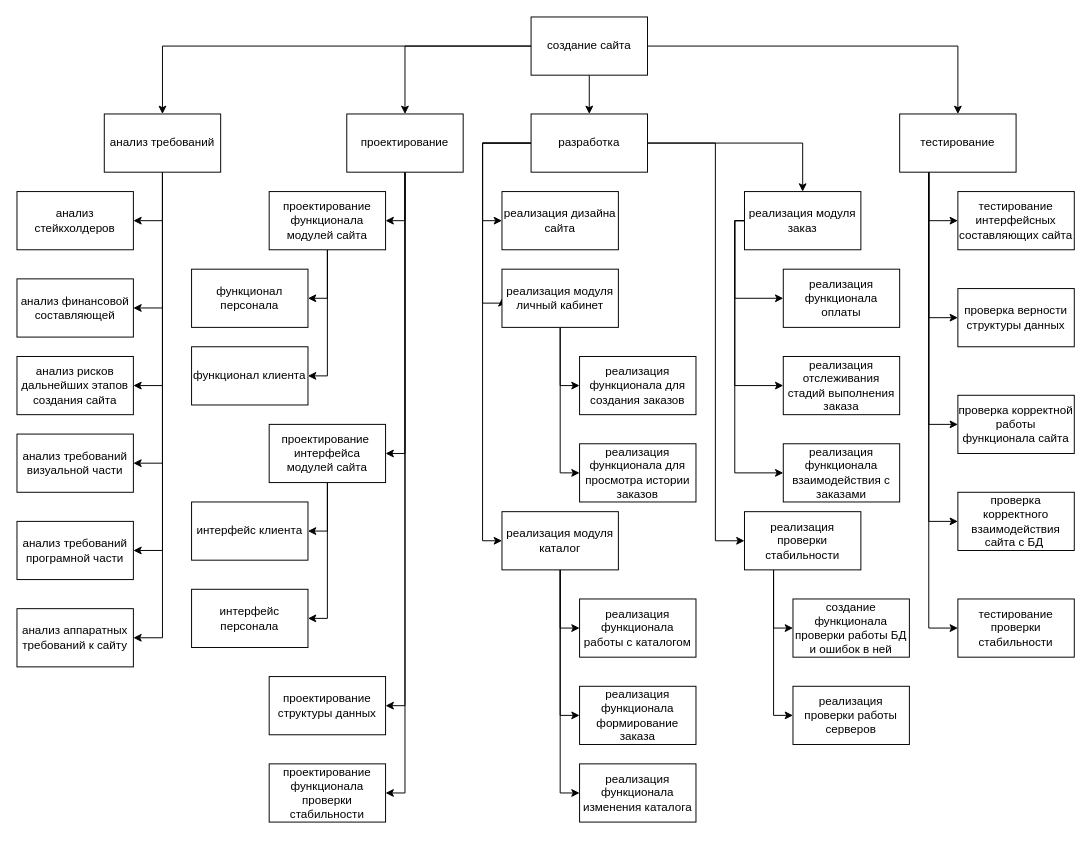
This is Untitled Diagram.drawio from AlexeiAnisimov/alexeiRepozitorii, a draw.io file, before an edit. Source tidied: cells renumbered, new cells numbered last; positions are measured from the earlier drawing's top-left corner, leaving out a move shared by most shapes. Both pictures are drawn from the tidied source at 97%, with x=0, y=0 at pixel (16, 16).
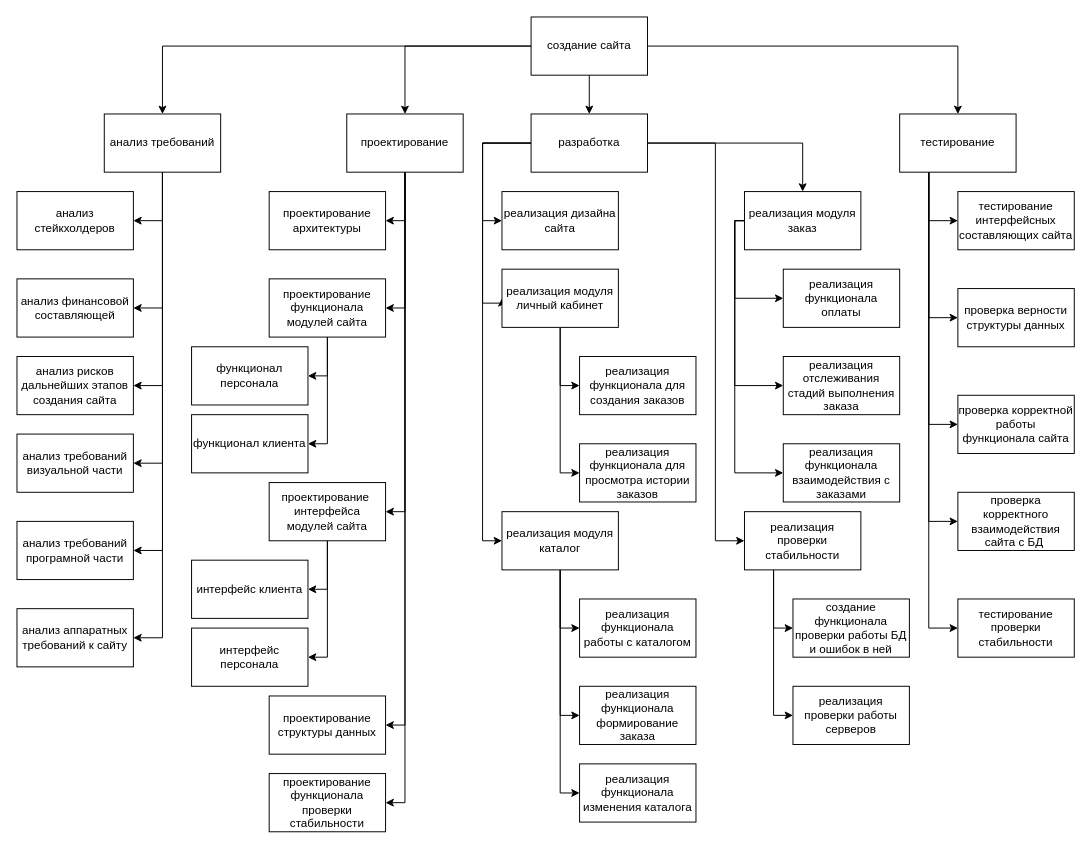
The same diagram, later.

Unchanged cells that the change refers to:
```xml
<mxCell id="18" value="проектирование" style="rounded=0;whiteSpace=wrap;html=1;" parent="1" vertex="1">
  <mxGeometry x="340" y="100" width="120" height="60" as="geometry" />
</mxCell>
```

What changed in the source:
```diff
@@
+    <mxCell id="79" style="edgeStyle=orthogonalEdgeStyle;rounded=0;jettySize=auto;html=1;exitX=0.5;exitY=1;exitDx=0;exitDy=0;entryX=1;entryY=0.5;entryDx=0;entryDy=0;" parent="1" edge="1" source="18" target="80">
+      <mxGeometry relative="1" as="geometry" />
+    </mxCell>
@@
     <mxCell id="39" value="проектирование&amp;nbsp; интерфейса модулей сайта" style="rounded=0;whiteSpace=wrap;html=1;" parent="1" vertex="1">
-      <mxGeometry x="260" y="420" width="120" height="60" as="geometry" />
+      <mxGeometry x="260" y="480" width="120" height="60" as="geometry" />
     </mxCell>
     <mxCell id="40" value="проектирование структуры данных" style="rounded=0;whiteSpace=wrap;html=1;" parent="1" vertex="1">
-      <mxGeometry x="260" y="680" width="120" height="60" as="geometry" />
+      <mxGeometry x="260" y="700" width="120" height="60" as="geometry" />
     </mxCell>
@@
     <mxCell id="43" value="проектирование функционала модулей сайта" style="rounded=0;whiteSpace=wrap;html=1;" parent="1" vertex="1">
-      <mxGeometry x="260" y="180" width="120" height="60" as="geometry" />
+      <mxGeometry x="260" y="270" width="120" height="60" as="geometry" />
     </mxCell>
     <mxCell id="44" value="функционал клиента" style="rounded=0;whiteSpace=wrap;html=1;" parent="1" vertex="1">
-      <mxGeometry x="180" y="340" width="120" height="60" as="geometry" />
+      <mxGeometry x="180" y="410" width="120" height="60" as="geometry" />
     </mxCell>
     <mxCell id="45" value="функционал персонала" style="rounded=0;whiteSpace=wrap;html=1;" parent="1" vertex="1">
-      <mxGeometry x="180" y="260" width="120" height="60" as="geometry" />
+      <mxGeometry x="180" y="340" width="120" height="60" as="geometry" />
     </mxCell>
     <mxCell id="46" value="интерфейс клиента" style="rounded=0;whiteSpace=wrap;html=1;" parent="1" vertex="1">
-      <mxGeometry x="180" y="500" width="120" height="60" as="geometry" />
+      <mxGeometry x="180" y="560" width="120" height="60" as="geometry" />
     </mxCell>
     <mxCell id="47" value="интерфейс персонала" style="rounded=0;whiteSpace=wrap;html=1;" parent="1" vertex="1">
-      <mxGeometry x="180" y="590" width="120" height="60" as="geometry" />
+      <mxGeometry x="180" y="630" width="120" height="60" as="geometry" />
     </mxCell>
@@
     <mxCell id="61" value="проектирование функционала проверки стабильности" style="rounded=0;whiteSpace=wrap;html=1;" parent="1" vertex="1">
-      <mxGeometry x="260" y="770" width="120" height="60" as="geometry" />
+      <mxGeometry x="260" y="780" width="120" height="60" as="geometry" />
     </mxCell>
@@
+    <mxCell id="80" value="проектирование архитектуры" style="rounded=0;whiteSpace=wrap;html=1;" parent="1" vertex="1">
+      <mxGeometry x="260" y="180" width="120" height="60" as="geometry" />
+    </mxCell>
```
